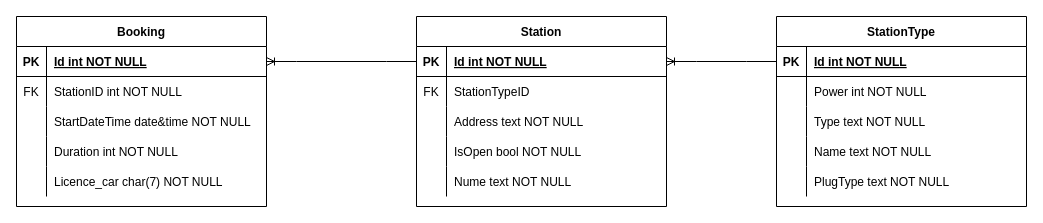
VasilescuBogdan/ChargeIT keeps this draw.io diagram as Untitled Diagram.drawio. Above is the earlier version. Source tidied: cells renumbered, new cells numbered last; positions are measured from the earlier drawing's top-left corner, leaving out a move shared by most shapes. Both pictures are drawn from the tidied source at 100%, with x=0, y=0 at pixel (16, 16).
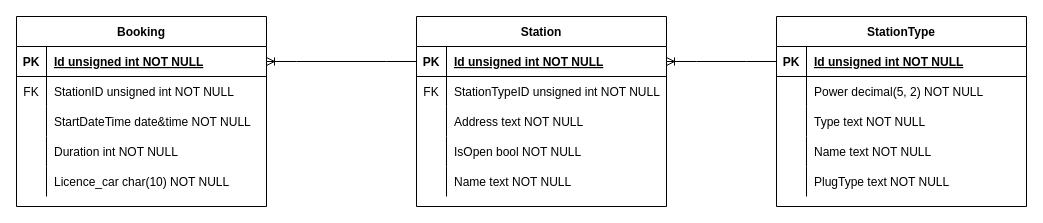
The same page after the edit.

The change refers to these unchanged cells:
```xml
<mxCell id="3" style="shape=partialRectangle;fillColor=none;points=[[0,0.5],[1,0.5]];portConstraint=eastwest;top=0;left=0;right=0;bottom=1;" parent="2" vertex="1">
  <mxGeometry y="30" width="250" height="30" as="geometry" />
</mxCell>
<mxCell id="6" style="shape=partialRectangle;fillColor=none;top=0;left=0;right=0;bottom=0;" parent="2" vertex="1">
  <mxGeometry y="60" width="250" height="30" as="geometry" />
</mxCell>
<mxCell id="19" style="shape=partialRectangle;fillColor=none;points=[[0,0.5],[1,0.5]];portConstraint=eastwest;top=0;left=0;right=0;bottom=1;" parent="18" vertex="1">
  <mxGeometry y="30" width="250" height="30" as="geometry" />
</mxCell>
<mxCell id="22" style="shape=partialRectangle;fillColor=none;top=0;left=0;right=0;bottom=0;" parent="18" vertex="1">
  <mxGeometry y="60" width="250" height="30" as="geometry" />
</mxCell>
<mxCell id="31" style="shape=tableRow;horizontal=0;startSize=0;swimlaneHead=0;swimlaneBody=0;fillColor=none;top=0;left=0;right=0;bottom=0;" parent="18" vertex="1">
  <mxGeometry y="150" width="250" height="30" as="geometry" />
</mxCell>
<mxCell id="35" style="shape=partialRectangle;fillColor=none;points=[[0,0.5],[1,0.5]];portConstraint=eastwest;top=0;left=0;right=0;bottom=1;" parent="34" vertex="1">
  <mxGeometry y="30" width="250" height="30" as="geometry" />
</mxCell>
<mxCell id="38" style="shape=tableRow;horizontal=0;startSize=0;swimlaneHead=0;swimlaneBody=0;fillColor=none;top=0;left=0;right=0;bottom=0;" parent="34" vertex="1">
  <mxGeometry y="60" width="250" height="30" as="geometry" />
</mxCell>
<mxCell id="47" style="shape=tableRow;horizontal=0;startSize=0;swimlaneHead=0;swimlaneBody=0;fillColor=none;top=0;left=0;right=0;bottom=0;" parent="34" vertex="1">
  <mxGeometry y="150" width="250" height="30" as="geometry" />
</mxCell>
```

Diff of the diagram source:
```diff
@@
-    <mxCell id="5" value="Id int NOT NULL " style="shape=partialRectangle;overflow=hidden;fillColor=none;top=0;left=0;bottom=0;right=0;align=left;spacingLeft=6;fontStyle=5;" parent="3" vertex="1">
+    <mxCell id="5" value="Id unsigned int NOT NULL " style="shape=partialRectangle;overflow=hidden;fillColor=none;top=0;left=0;bottom=0;right=0;align=left;spacingLeft=6;fontStyle=5;" parent="3" vertex="1">
       <mxGeometry x="30" width="220" height="30" as="geometry" />
     </mxCell>
@@
-    <mxCell id="8" value="Power int NOT NULL" style="shape=partialRectangle;overflow=hidden;fillColor=none;top=0;left=0;bottom=0;right=0;align=left;spacingLeft=6;" parent="6" vertex="1">
+    <mxCell id="8" value="Power decimal(5, 2) NOT NULL" style="shape=partialRectangle;overflow=hidden;fillColor=none;top=0;left=0;bottom=0;right=0;align=left;spacingLeft=6;" parent="6" vertex="1">
       <mxGeometry x="30" width="220" height="30" as="geometry" />
     </mxCell>
@@
-    <mxCell id="21" value="Id int NOT NULL " style="shape=partialRectangle;overflow=hidden;fillColor=none;top=0;left=0;bottom=0;right=0;align=left;spacingLeft=6;fontStyle=5;" parent="19" vertex="1">
+    <mxCell id="21" value="Id unsigned int NOT NULL" style="shape=partialRectangle;overflow=hidden;fillColor=none;top=0;left=0;bottom=0;right=0;align=left;spacingLeft=6;fontStyle=5;" parent="19" vertex="1">
       <mxGeometry x="30" width="220" height="30" as="geometry" />
     </mxCell>
@@
-    <mxCell id="24" value="StationID int NOT NULL" style="shape=partialRectangle;overflow=hidden;fillColor=none;top=0;left=0;bottom=0;right=0;align=left;spacingLeft=6;" parent="22" vertex="1">
+    <mxCell id="24" value="StationID unsigned int NOT NULL" style="shape=partialRectangle;overflow=hidden;fillColor=none;top=0;left=0;bottom=0;right=0;align=left;spacingLeft=6;" parent="22" vertex="1">
       <mxGeometry x="30" width="220" height="30" as="geometry" />
     </mxCell>
@@
-    <mxCell id="33" value="Licence_car char(7) NOT NULL" style="shape=partialRectangle;fillColor=none;top=0;left=0;bottom=0;right=0;align=left;spacingLeft=6;overflow=hidden;" parent="31" vertex="1">
+    <mxCell id="33" value="Licence_car char(10) NOT NULL" style="shape=partialRectangle;fillColor=none;top=0;left=0;bottom=0;right=0;align=left;spacingLeft=6;overflow=hidden;" parent="31" vertex="1">
       <mxGeometry x="30" width="220" height="30" as="geometry" />
     </mxCell>
@@
-    <mxCell id="37" value="Id int NOT NULL " style="shape=partialRectangle;overflow=hidden;fillColor=none;top=0;left=0;bottom=0;right=0;align=left;spacingLeft=6;fontStyle=5;" parent="35" vertex="1">
+    <mxCell id="37" value="Id unsigned int NOT NULL " style="shape=partialRectangle;overflow=hidden;fillColor=none;top=0;left=0;bottom=0;right=0;align=left;spacingLeft=6;fontStyle=5;" parent="35" vertex="1">
       <mxGeometry x="30" width="220" height="30" as="geometry" />
     </mxCell>
@@
-    <mxCell id="40" value="StationTypeID " style="shape=partialRectangle;fillColor=none;top=0;left=0;bottom=0;right=0;align=left;spacingLeft=6;fontStyle=0;overflow=hidden;" parent="38" vertex="1">
+    <mxCell id="40" value="StationTypeID unsigned int NOT NULL" style="shape=partialRectangle;fillColor=none;top=0;left=0;bottom=0;right=0;align=left;spacingLeft=6;fontStyle=0;overflow=hidden;" parent="38" vertex="1">
       <mxGeometry x="30" width="220" height="30" as="geometry" />
     </mxCell>
@@
-    <mxCell id="49" value="Nume text NOT NULL" style="shape=partialRectangle;fillColor=none;top=0;left=0;bottom=0;right=0;align=left;spacingLeft=6;overflow=hidden;" parent="47" vertex="1">
+    <mxCell id="49" value="Name text NOT NULL" style="shape=partialRectangle;fillColor=none;top=0;left=0;bottom=0;right=0;align=left;spacingLeft=6;overflow=hidden;" parent="47" vertex="1">
       <mxGeometry x="30" width="220" height="30" as="geometry" />
     </mxCell>
```
